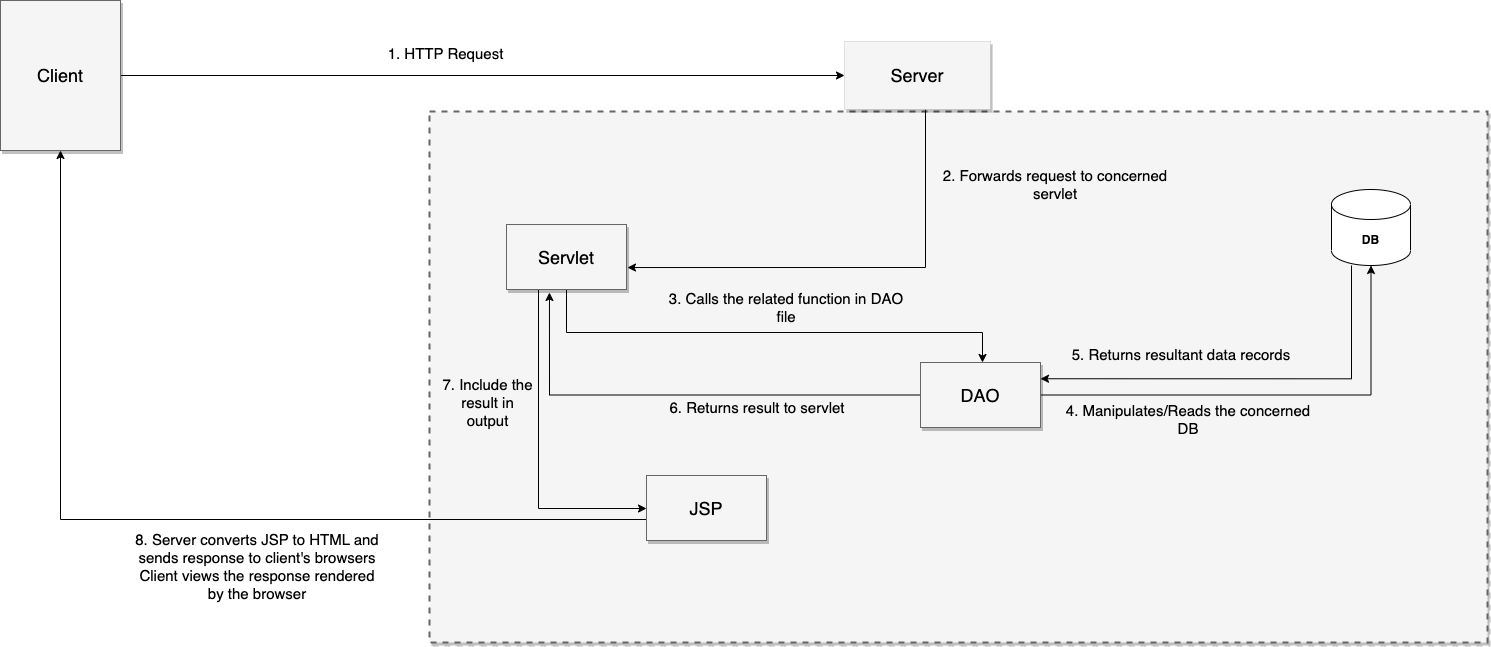
priyalsharma/covid19-supply keeps this draw.io diagram as HighLevelOverview.drawio.png. Above is the earlier version. Source tidied: cells renumbered, new cells last; positions are measured from the earlier drawing's top-left corner, leaving out a move shared by most shapes. Its diagram source:
```xml
<mxGraphModel>
  <root>
    <mxCell id="0" style="html=1;" />
    <mxCell id="1" style="html=1;" parent="0" />
    <mxCell id="2" style="whiteSpace=wrap;html=1;shadow=1;fontSize=20;fillColor=#f5f5f5;strokeColor=#666666;strokeWidth=2;dashed=1;align=left;" parent="1" vertex="1">
      <mxGeometry x="429" y="111" width="1058" height="531" as="geometry" />
    </mxCell>
    <mxCell id="3" style="edgeStyle=orthogonalEdgeStyle;rounded=0;jettySize=auto;html=1;" parent="1" edge="1" source="5" target="8">
      <mxGeometry relative="1" as="geometry">
        <Array as="points">
          <mxPoint x="566" y="332" />
          <mxPoint x="982" y="332" />
        </Array>
      </mxGeometry>
    </mxCell>
    <mxCell id="4" style="edgeStyle=orthogonalEdgeStyle;rounded=0;jettySize=auto;html=1;exitX=0.5;exitY=1;exitDx=0;exitDy=0;" parent="1" edge="1" source="5" target="10">
      <mxGeometry relative="1" as="geometry">
        <Array as="points">
          <mxPoint x="538" y="289" />
          <mxPoint x="538" y="508" />
        </Array>
      </mxGeometry>
    </mxCell>
    <mxCell id="5" value="Servlet" style="whiteSpace=wrap;html=1;shadow=1;fontSize=18;fillColor=#f5f5f5;strokeColor=#666666;" parent="1" vertex="1">
      <mxGeometry x="506" y="224" width="120" height="65" as="geometry" />
    </mxCell>
    <mxCell id="6" style="edgeStyle=orthogonalEdgeStyle;rounded=0;jettySize=auto;html=1;" parent="1" edge="1" source="8" target="14">
      <mxGeometry relative="1" as="geometry" />
    </mxCell>
    <mxCell id="7" style="edgeStyle=orthogonalEdgeStyle;rounded=0;jettySize=auto;html=1;entryX=0.358;entryY=1.046;entryDx=0;entryDy=0;entryPerimeter=0;fontSize=15;" parent="1" edge="1" source="8" target="5">
      <mxGeometry relative="1" as="geometry" />
    </mxCell>
    <mxCell id="8" value="DAO" style="whiteSpace=wrap;html=1;shadow=1;fontSize=18;fillColor=#f5f5f5;strokeColor=#666666;" parent="1" vertex="1">
      <mxGeometry x="920" y="362" width="120" height="65" as="geometry" />
    </mxCell>
    <mxCell id="9" style="edgeStyle=orthogonalEdgeStyle;rounded=0;jettySize=auto;html=1;" parent="1" edge="1" source="10" target="12">
      <mxGeometry relative="1" as="geometry">
        <Array as="points">
          <mxPoint x="60" y="519" />
        </Array>
      </mxGeometry>
    </mxCell>
    <mxCell id="10" value="JSP" style="whiteSpace=wrap;html=1;shadow=1;fontSize=18;fillColor=#f5f5f5;strokeColor=#666666;" parent="1" vertex="1">
      <mxGeometry x="646" y="475" width="120" height="65" as="geometry" />
    </mxCell>
    <mxCell id="11" style="edgeStyle=orthogonalEdgeStyle;rounded=0;jettySize=auto;html=1;" parent="1" edge="1" source="12" target="16">
      <mxGeometry relative="1" as="geometry" />
    </mxCell>
    <mxCell id="12" value="Client" style="whiteSpace=wrap;html=1;shadow=1;fontSize=18;fillColor=#f5f5f5;strokeColor=#666666;" parent="1" vertex="1">
      <mxGeometry width="120" height="150" as="geometry" />
    </mxCell>
    <mxCell id="13" style="edgeStyle=orthogonalEdgeStyle;rounded=0;jettySize=auto;html=1;entryX=1;entryY=0.25;entryDx=0;entryDy=0;fontSize=15;" parent="1" edge="1" source="14" target="8">
      <mxGeometry relative="1" as="geometry">
        <Array as="points">
          <mxPoint x="1351" y="378" />
        </Array>
      </mxGeometry>
    </mxCell>
    <mxCell id="14" value="&lt;b&gt;DB&lt;/b&gt;" style="shape=cylinder3;whiteSpace=wrap;html=1;boundedLbl=1;backgroundOutline=1;size=15;" parent="1" vertex="1">
      <mxGeometry x="1331" y="189" width="79" height="76" as="geometry" />
    </mxCell>
    <mxCell id="15" style="edgeStyle=orthogonalEdgeStyle;rounded=0;jettySize=auto;html=1;entryX=1.008;entryY=0.662;entryDx=0;entryDy=0;entryPerimeter=0;" parent="1" edge="1" source="16" target="5">
      <mxGeometry relative="1" as="geometry">
        <Array as="points">
          <mxPoint x="925" y="267" />
        </Array>
      </mxGeometry>
    </mxCell>
    <mxCell id="16" value="Server" style="whiteSpace=wrap;html=1;shadow=1;fontSize=18;fillColor=#f5f5f5;strokeColor=#666666;strokeWidth=0;" parent="1" vertex="1">
      <mxGeometry x="844" y="41" width="146" height="68" as="geometry" />
    </mxCell>
    <mxCell id="17" value="&lt;font style=&quot;font-size: 15px;&quot;&gt;1. HTTP Request&lt;/font&gt;" style="text;html=1;strokeColor=none;fillColor=none;align=center;verticalAlign=middle;whiteSpace=wrap;rounded=0;labelBackgroundColor=#FFFFFF;strokeWidth=0;fontSize=18;" parent="1" vertex="1">
      <mxGeometry x="359" y="37" width="173" height="30" as="geometry" />
    </mxCell>
    <mxCell id="18" style="edgeStyle=orthogonalEdgeStyle;rounded=0;orthogonalLoop=1;jettySize=auto;html=1;exitX=0.5;exitY=1;exitDx=0;exitDy=0;" parent="1" edge="1" source="17" target="17">
      <mxGeometry relative="1" as="geometry" />
    </mxCell>
    <mxCell id="19" value="&lt;font style=&quot;font-size: 15px;&quot;&gt;2. Forwards request to concerned servlet&lt;/font&gt;" style="text;html=1;strokeColor=none;fillColor=none;align=center;verticalAlign=middle;whiteSpace=wrap;rounded=0;labelBackgroundColor=none;strokeWidth=0;fontSize=15;" parent="1" vertex="1">
      <mxGeometry x="930" y="169" width="250" height="30" as="geometry" />
    </mxCell>
    <mxCell id="20" value="3. Calls the related function in DAO file" style="text;strokeColor=none;fillColor=none;align=center;verticalAlign=middle;whiteSpace=wrap;rounded=0;labelBackgroundColor=none;strokeWidth=0;fontSize=15;labelBorderColor=none;" parent="1" vertex="1">
      <mxGeometry x="661" y="292" width="250" height="30" as="geometry" />
    </mxCell>
    <mxCell id="21" value="4. Manipulates/Reads the concerned DB" style="text;strokeColor=none;fillColor=none;align=center;verticalAlign=middle;whiteSpace=wrap;rounded=0;labelBackgroundColor=none;strokeWidth=0;fontSize=15;labelBorderColor=none;" parent="1" vertex="1">
      <mxGeometry x="1063" y="404" width="250" height="30" as="geometry" />
    </mxCell>
    <mxCell id="22" value="5. Returns resultant data records" style="text;strokeColor=none;fillColor=none;align=center;verticalAlign=middle;whiteSpace=wrap;rounded=0;labelBackgroundColor=none;strokeWidth=0;fontSize=15;labelBorderColor=none;" parent="1" vertex="1">
      <mxGeometry x="1056" y="339" width="250" height="30" as="geometry" />
    </mxCell>
    <mxCell id="23" value="6. Returns result to servlet" style="text;strokeColor=none;fillColor=none;align=center;verticalAlign=middle;whiteSpace=wrap;rounded=0;labelBackgroundColor=none;strokeWidth=0;fontSize=15;labelBorderColor=none;" parent="1" vertex="1">
      <mxGeometry x="632" y="392" width="250" height="30" as="geometry" />
    </mxCell>
    <mxCell id="24" value="7. Include the result in output" style="text;strokeColor=none;fillColor=none;align=center;verticalAlign=middle;whiteSpace=wrap;rounded=0;labelBackgroundColor=none;strokeWidth=0;fontSize=15;labelBorderColor=none;" parent="1" vertex="1">
      <mxGeometry x="438" y="330" width="99" height="143" as="geometry" />
    </mxCell>
    <mxCell id="25" value="8. Server converts JSP to HTML and sends response to client's browsers&#10;Client views the response rendered by the browser&#10;" style="text;strokeColor=none;fillColor=none;align=center;verticalAlign=middle;whiteSpace=wrap;rounded=0;labelBackgroundColor=none;strokeWidth=0;fontSize=15;labelBorderColor=none;" parent="1" vertex="1">
      <mxGeometry x="132" y="560" width="250" height="30" as="geometry" />
    </mxCell>
  </root>
</mxGraphModel>
```
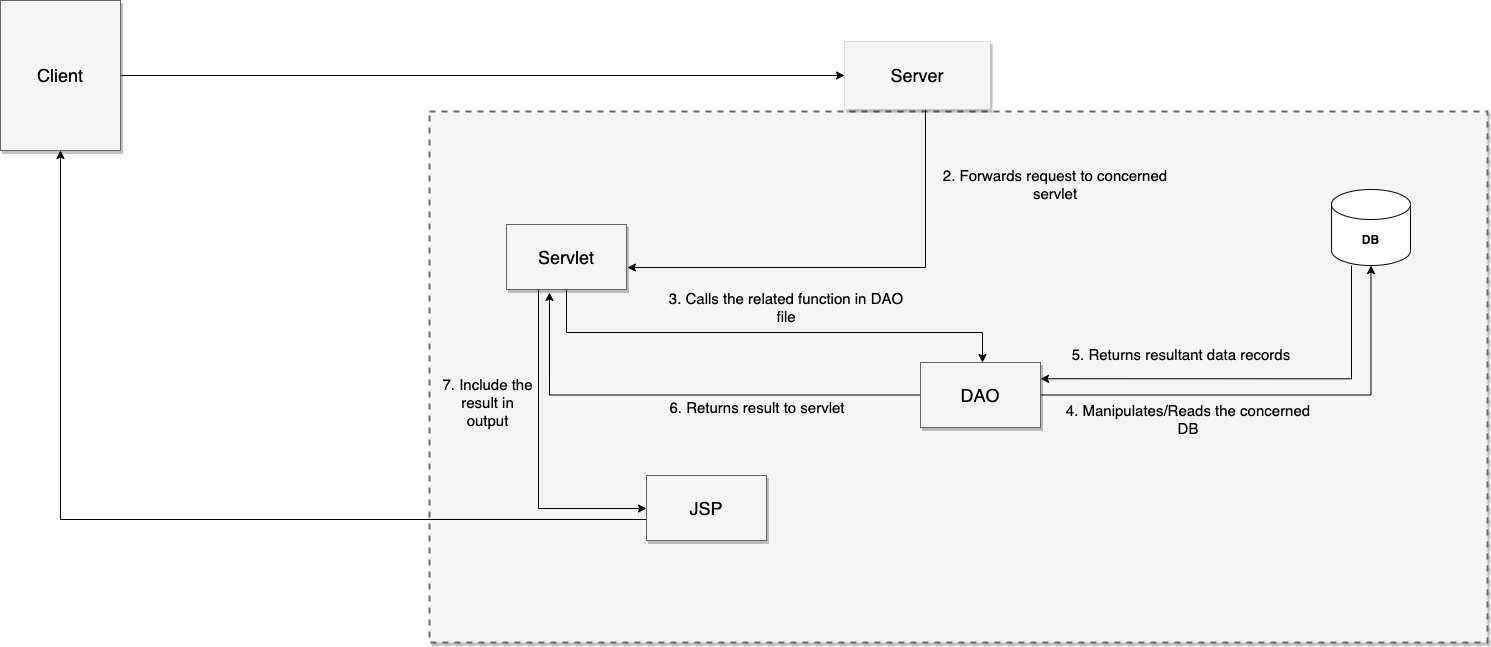
Above is the later version.

The edit, as a diff of the source:
```diff
@@ -69,7 +69,7 @@
     <mxCell id="16" value="Server" style="whiteSpace=wrap;html=1;shadow=1;fontSize=18;fillColor=#f5f5f5;strokeColor=#666666;strokeWidth=0;" parent="1" vertex="1">
       <mxGeometry x="844" y="41" width="146" height="68" as="geometry" />
     </mxCell>
-    <mxCell id="17" value="&lt;font style=&quot;font-size: 15px;&quot;&gt;1. HTTP Request&lt;/font&gt;" style="text;html=1;strokeColor=none;fillColor=none;align=center;verticalAlign=middle;whiteSpace=wrap;rounded=0;labelBackgroundColor=#FFFFFF;strokeWidth=0;fontSize=18;" parent="1" vertex="1">
+    <mxCell id="17" value="&lt;font style=&quot;font-size: 15px;&quot;&gt;1. HTTP Request&lt;/font&gt;" style="text;html=1;strokeColor=none;fillColor=none;align=center;verticalAlign=middle;whiteSpace=wrap;rounded=0;labelBackgroundColor=#FFFFFF;strokeWidth=0;fontSize=18;fontColor=#FFFFFF;" parent="1" vertex="1">
       <mxGeometry x="359" y="37" width="173" height="30" as="geometry" />
     </mxCell>
     <mxCell id="18" style="edgeStyle=orthogonalEdgeStyle;rounded=0;orthogonalLoop=1;jettySize=auto;html=1;exitX=0.5;exitY=1;exitDx=0;exitDy=0;" parent="1" edge="1" source="17" target="17">
@@ -93,7 +93,7 @@
     <mxCell id="24" value="7. Include the result in output" style="text;strokeColor=none;fillColor=none;align=center;verticalAlign=middle;whiteSpace=wrap;rounded=0;labelBackgroundColor=none;strokeWidth=0;fontSize=15;labelBorderColor=none;" parent="1" vertex="1">
       <mxGeometry x="438" y="330" width="99" height="143" as="geometry" />
     </mxCell>
-    <mxCell id="25" value="8. Server converts JSP to HTML and sends response to client's browsers&#10;Client views the response rendered by the browser&#10;" style="text;strokeColor=none;fillColor=none;align=center;verticalAlign=middle;whiteSpace=wrap;rounded=0;labelBackgroundColor=none;strokeWidth=0;fontSize=15;labelBorderColor=none;" parent="1" vertex="1">
+    <mxCell id="25" value="8. Server converts JSP to HTML and sends response to client's browsers&#10;Client views the response rendered by the browser&#10;" style="text;strokeColor=none;fillColor=none;align=center;verticalAlign=middle;whiteSpace=wrap;rounded=0;labelBackgroundColor=none;strokeWidth=0;fontSize=15;labelBorderColor=none;fontColor=#FFFFFF;" parent="1" vertex="1">
       <mxGeometry x="132" y="560" width="250" height="30" as="geometry" />
     </mxCell>
   </root>
```
